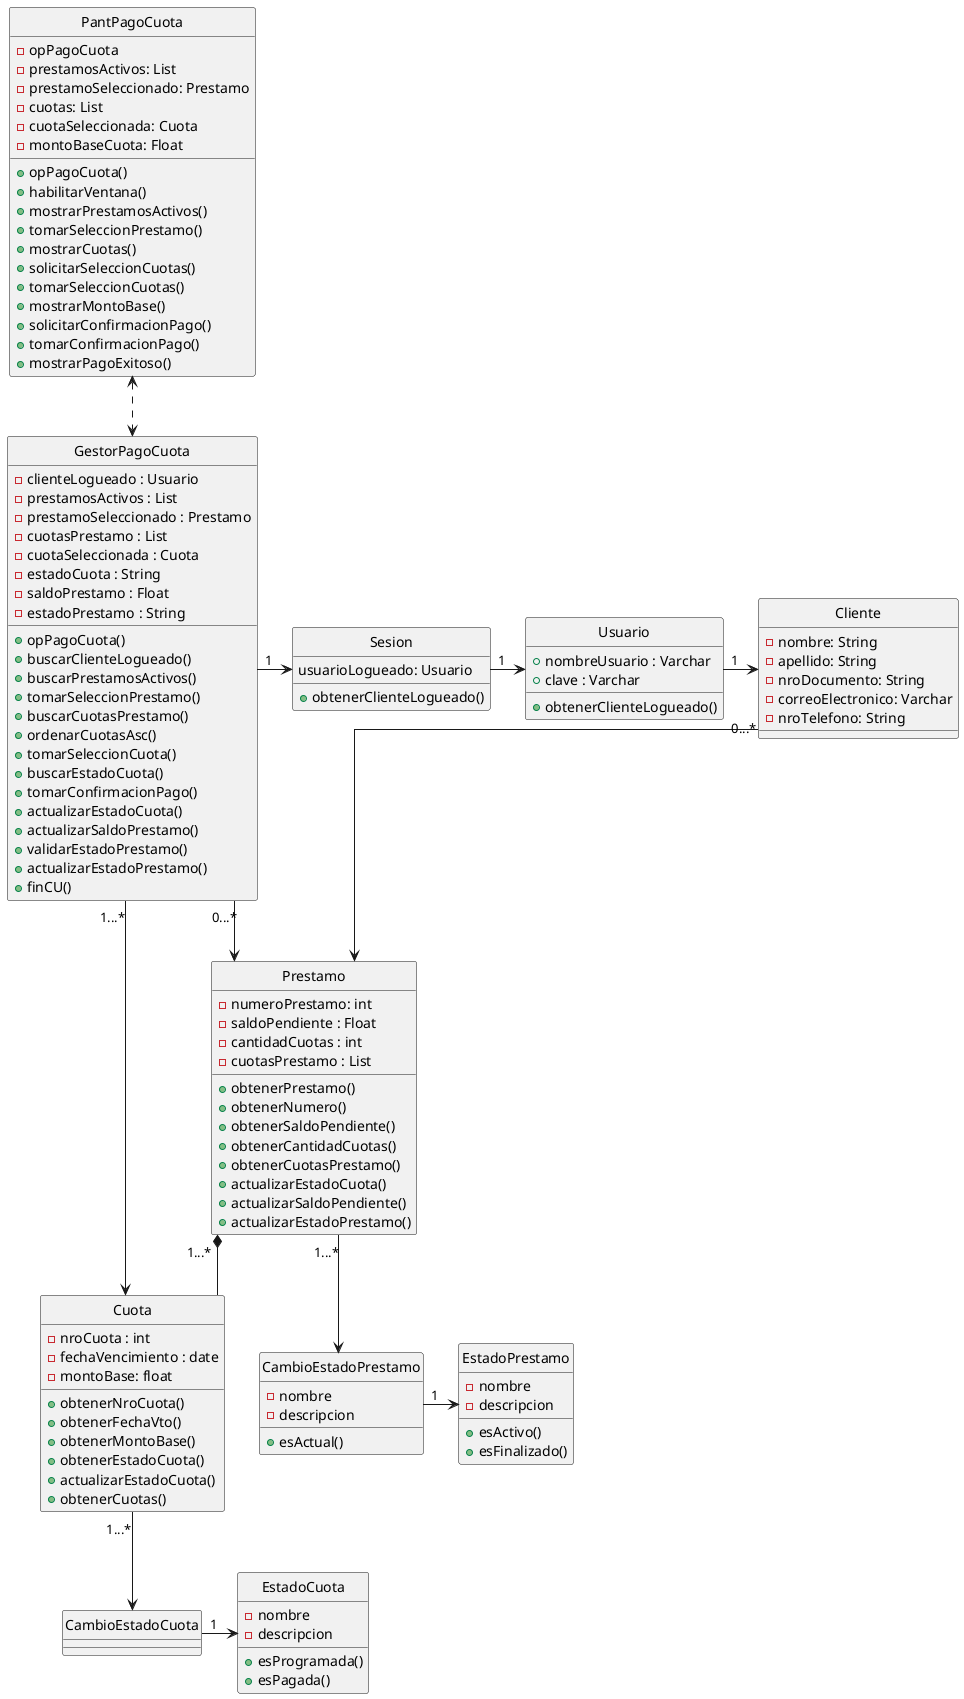
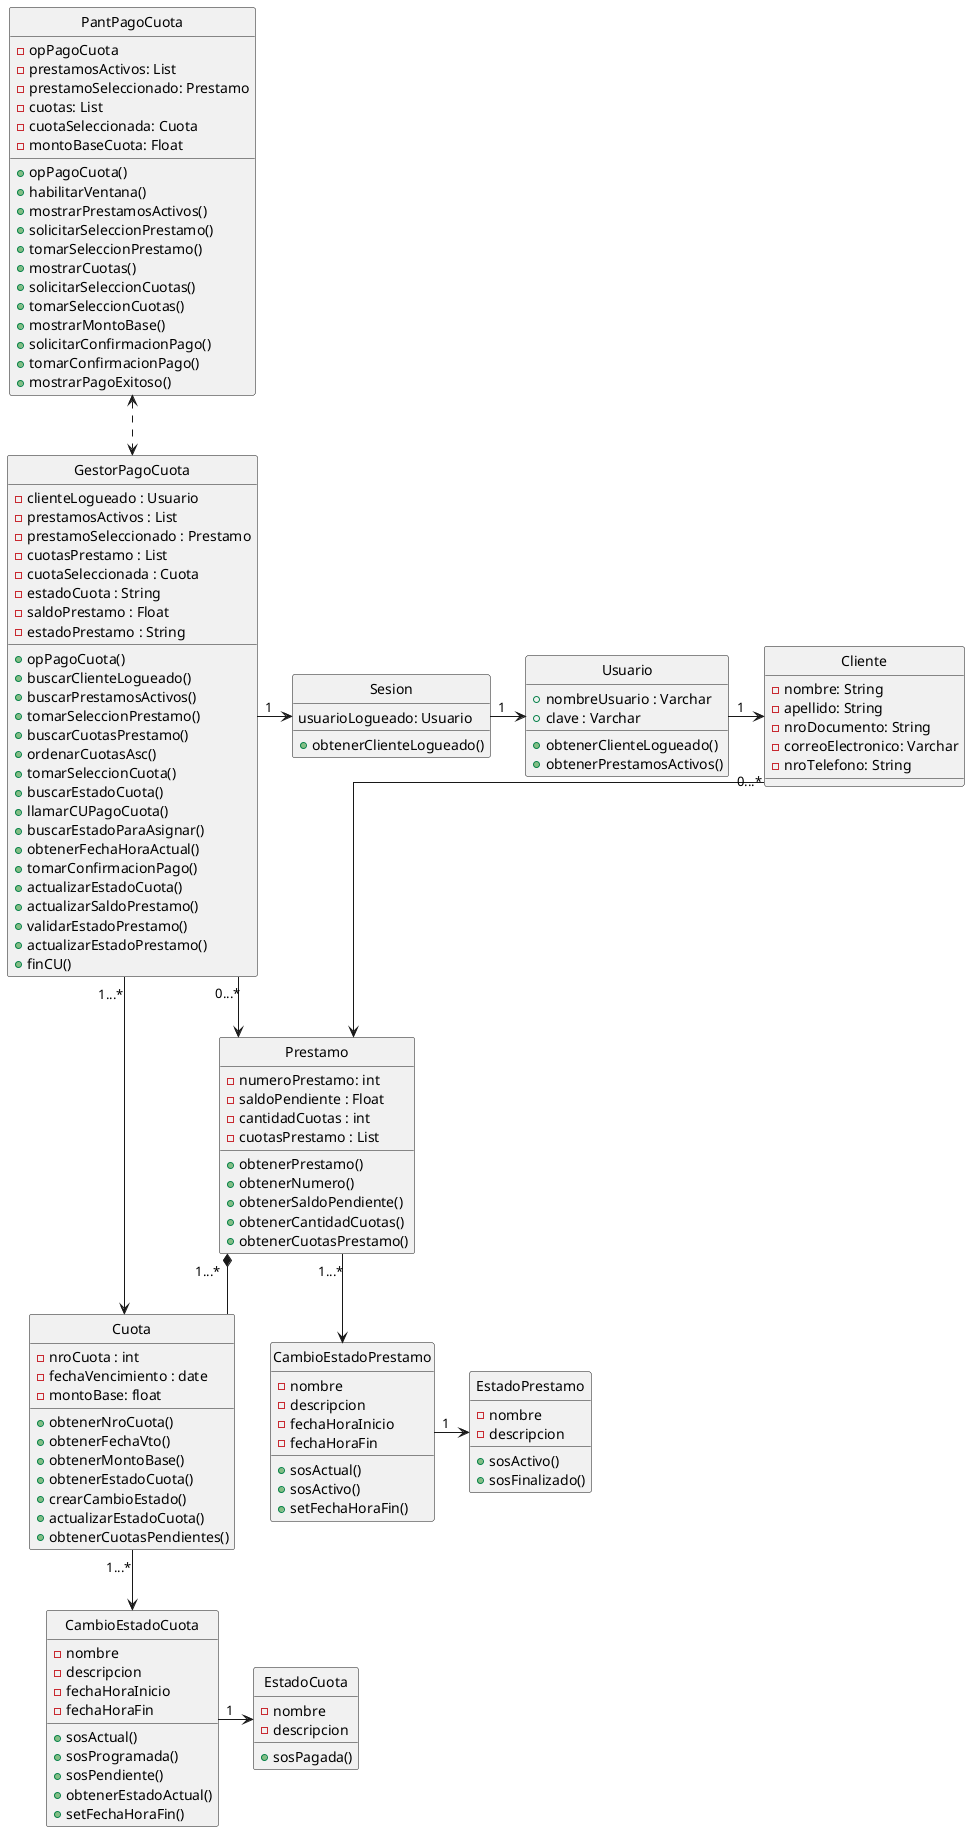
@startuml DiagramaClasesDominio
skinparam style strictuml
skinparam linetype ortho


' --- CLASES DE ANALISIS ---
class PantPagoCuota {
  - opPagoCuota
  - prestamosActivos: List
  - prestamoSeleccionado: Prestamo
  - cuotas: List
  - cuotaSeleccionada: Cuota
  - montoBaseCuota: Float

  + opPagoCuota()
  + habilitarVentana()
  + mostrarPrestamosActivos()
+   + solicitarSeleccionPrestamo()
  + tomarSeleccionPrestamo()
  + mostrarCuotas()
  + solicitarSeleccionCuotas()
  + tomarSeleccionCuotas()
  + mostrarMontoBase()
  + solicitarConfirmacionPago()
  + tomarConfirmacionPago()
  + mostrarPagoExitoso()
}

class GestorPagoCuota {
  - clienteLogueado : Usuario
  - prestamosActivos : List
  - prestamoSeleccionado : Prestamo
  - cuotasPrestamo : List
  - cuotaSeleccionada : Cuota
  - estadoCuota : String
  - saldoPrestamo : Float
  - estadoPrestamo : String

  + opPagoCuota()
  + buscarClienteLogueado()
  + buscarPrestamosActivos()
  + tomarSeleccionPrestamo()
  + buscarCuotasPrestamo()
  + ordenarCuotasAsc()
  + tomarSeleccionCuota()
  + buscarEstadoCuota()
+   + llamarCUPagoCuota()
+   + buscarEstadoParaAsignar()
+   + obtenerFechaHoraActual()
  + tomarConfirmacionPago()
  + actualizarEstadoCuota()
  + actualizarSaldoPrestamo()
  + validarEstadoPrestamo()
  + actualizarEstadoPrestamo()
  + finCU()
}

' --- ENTIDADES ---
class Cliente {
  - nombre: String
  - apellido: String
  - nroDocumento: String
  - correoElectronico: Varchar
  - nroTelefono: String
}

class Sesion {
  usuarioLogueado: Usuario

  + obtenerClienteLogueado()
}

class Usuario {
  + nombreUsuario : Varchar
  + clave : Varchar

  + obtenerClienteLogueado()
+   + obtenerPrestamosActivos()
}

class Prestamo {
  - numeroPrestamo: int
  - saldoPendiente : Float
  - cantidadCuotas : int
  - cuotasPrestamo : List

  + obtenerPrestamo()
  + obtenerNumero()
  + obtenerSaldoPendiente()
  + obtenerCantidadCuotas()
  + obtenerCuotasPrestamo()
-   + actualizarEstadoCuota()
-   + actualizarSaldoPendiente()
-   + actualizarEstadoPrestamo()
- 
}

class CambioEstadoPrestamo {
  - nombre
  - descripcion
+   - fechaHoraInicio
+   - fechaHoraFin

-   + esActual()
+   + sosActual()
+   + sosActivo()
+   + setFechaHoraFin()
}

class EstadoPrestamo {
  - nombre
  - descripcion

-   + esActivo()
-   + esFinalizado()
+   + sosActivo()
+   + sosFinalizado()
}

class Cuota {
  - nroCuota : int
  - fechaVencimiento : date
  - montoBase: float

  + obtenerNroCuota()
  + obtenerFechaVto()
  + obtenerMontoBase()
  + obtenerEstadoCuota()
+   + crearCambioEstado()
  + actualizarEstadoCuota()
-   + obtenerCuotas()
+   + obtenerCuotasPendientes()
+ }
+ 
+ 
+ class CambioEstadoCuota {
+   - nombre
+   - descripcion
+   - fechaHoraInicio
+   - fechaHoraFin
+ 
+   + sosActual()
+   + sosProgramada()
+   + sosPendiente()
+   + obtenerEstadoActual()
+   + setFechaHoraFin()
}

class EstadoCuota {
  - nombre
  - descripcion

-   + esProgramada()
-   + esPagada()
+   + sosPagada()
}


' --- RELACIONES ---
PantPagoCuota <..> GestorPagoCuota
GestorPagoCuota "1" -> Sesion
GestorPagoCuota "0...*" -> Prestamo
GestorPagoCuota "1...*" -> Cuota

Sesion "1" -> Usuario
Usuario "1" -> Cliente
Cliente "0...*" --> Prestamo

Prestamo "1...*" --> CambioEstadoPrestamo
CambioEstadoPrestamo "1" -> EstadoPrestamo

Prestamo "1...*" *-- Cuota
Cuota "1...*" --> CambioEstadoCuota
CambioEstadoCuota "1" -> EstadoCuota


@enduml


' PREGUNTAS
' Para los atributos, es mejor usar string, o varchar? Nombres, telefono, correo, dni